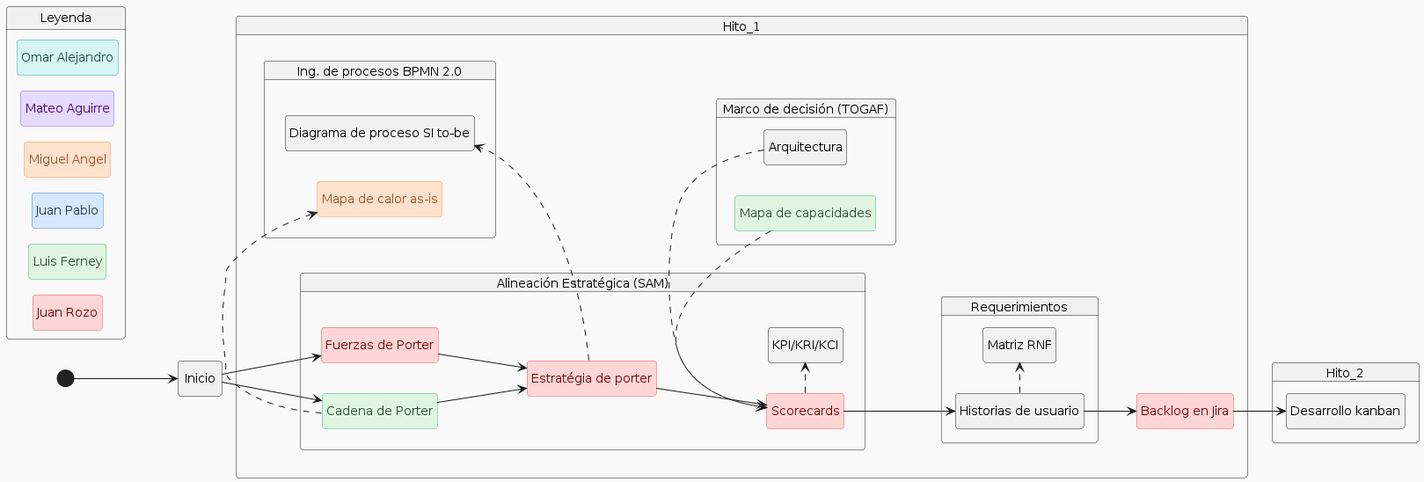
jrozot/Sistemas-de-Informacion-unal-2026s1 keeps this PlantUML diagram as work_diagram.png. Above is the earlier version.
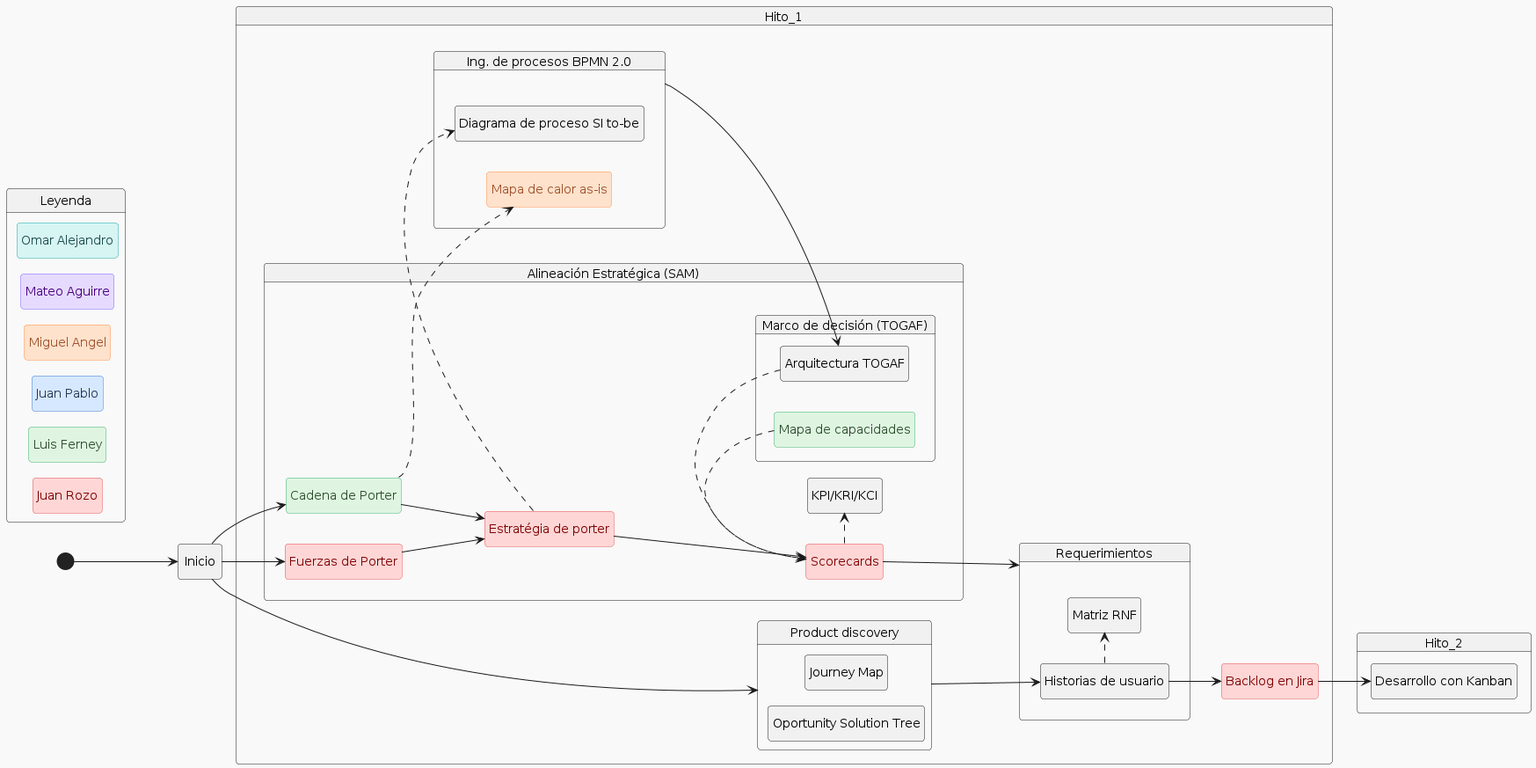
The same diagram one commit later.

Commit message:
update diagram source and .png

Diff of the diagram source:
```diff
@@ -86,12 +86,14 @@
     cporter --> eporter
     eporter --> scorecards
     scorecards -[dashed]> indicators
+
+state "Marco de decisión (TOGAF)" as togaf {
+    state "Arquitectura TOGAF" as architecture
+    state "Mapa de capacidades" as capmap <<green>>
 }
 
-state "Marco de decisión (TOGAF)" as togaf {
-    state "Arquitectura" as architecture
-    state "Mapa de capacidades" as capmap <<green>>
 }
+
 
 state "Requerimientos" as req{
     state "Historias de usuario" as usrhist
@@ -103,6 +105,10 @@
     state "Diagrama de proceso SI to-be" as tobe
 }
 
+state "Product discovery" as proddisc {
+    state "Oportunity Solution Tree" as ost
+    state "Journey Map" as journey
+}
 state "Backlog en Jira" as jira <<red>>
 
 
@@ -113,16 +119,20 @@
 
 cporter -[dashed]> asis
 
-scorecards --> usrhist
+scorecards --> req
+bpmn --> architecture
+proddisc --> usrhist
+
 usrhist -[dashed]> rnf
 eporter -[dashed]> tobe
 usrhist --> jira
 }
 
 state Hito_2{
-state "Desarrollo kanban" as dev
+state "Desarrollo con Kanban" as dev
 }
 Inicio --> fporter
 Inicio --> cporter
+Inicio --> proddisc
 jira --> dev
 @enduml
```
